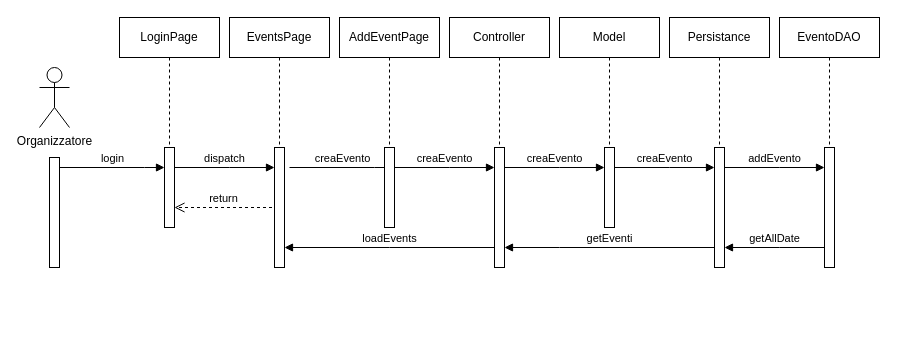
IngSW-unipv/Progetto-H25 keeps this draw.io diagram as Documentazione/Diagrammi/Draw.io/6 - Diagramma di Sequenza - Creazione Evento.drawio. Above is the earlier version. Source tidied: cells renumbered, new cells numbered last; positions are measured from the earlier drawing's top-left corner, leaving out a move shared by most shapes. Both pictures are drawn from the tidied source at 100%, with x=0, y=0 at pixel (39, 17).
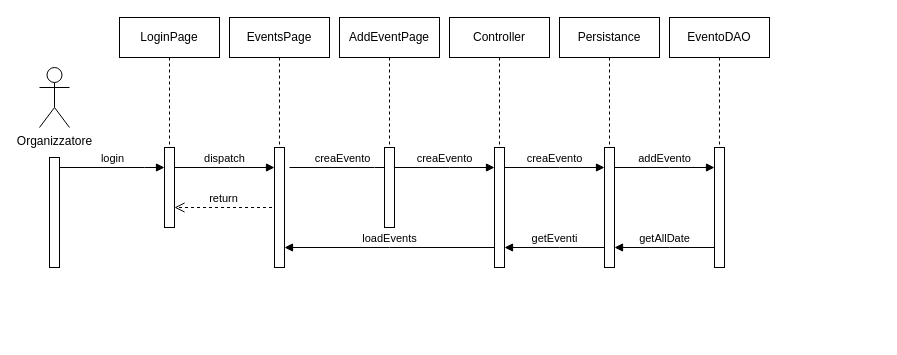
After the change.

The change refers to these unchanged cells:
```xml
<mxCell id="2" style="group;" parent="1" vertex="1">
  <mxGeometry width="840" height="320" as="geometry" />
</mxCell>
<mxCell id="28" style="html=1;points=[[0,0,0,0,5],[0,1,0,0,-5],[1,0,0,0,5],[1,1,0,0,-5]];perimeter=orthogonalPerimeter;outlineConnect=0;targetShapes=umlLifeline;portConstraint=eastwest;newEdgeStyle={&quot;curved&quot;:0,&quot;rounded&quot;:0};" parent="26" vertex="1">
  <mxGeometry x="45" y="130" width="10" height="120" as="geometry" />
</mxCell>
<mxCell id="32" style="html=1;points=[[0,0,0,0,5],[0,1,0,0,-5],[1,0,0,0,5],[1,1,0,0,-5]];perimeter=orthogonalPerimeter;outlineConnect=0;targetShapes=umlLifeline;portConstraint=eastwest;newEdgeStyle={&quot;curved&quot;:0,&quot;rounded&quot;:0};" parent="30" vertex="1">
  <mxGeometry x="45" y="130" width="10" height="120" as="geometry" />
</mxCell>
```

Change to the diagram source:
```diff
@@
-    <mxCell id="22" style="group;" parent="2" vertex="1">
-      <mxGeometry x="520" width="100" height="210" as="geometry" />
-    </mxCell>
-    <mxCell id="23" value="Model" style="shape=umlLifeline;perimeter=lifelinePerimeter;whiteSpace=wrap;html=1;newEdgeStyle={&quot;edgeStyle&quot;:&quot;elbowEdgeStyle&quot;,&quot;elbow&quot;:&quot;vertical&quot;,&quot;curved&quot;:0,&quot;rounded&quot;:0};" parent="22" vertex="1">
-      <mxGeometry width="100" height="210" as="geometry" />
-    </mxCell>
-    <mxCell id="24" style="html=1;perimeter=orthogonalPerimeter;targetShapes=umlLifeline;newEdgeStyle={&quot;curved&quot;:0,&quot;rounded&quot;:0};" parent="22" vertex="1">
-      <mxGeometry x="45" y="130" width="10" height="80" as="geometry" />
-    </mxCell>
-    <mxCell id="25" value="creaEvento" style="html=1;verticalAlign=bottom;endArrow=block;edgeStyle=elbowEdgeStyle;elbow=vertical;curved=0;rounded=0;" parent="22" edge="1">
-      <mxGeometry relative="1" as="geometry">
-        <mxPoint x="-55" y="150" as="sourcePoint" />
-        <mxPoint x="45" y="150" as="targetPoint" />
-        <Array as="points">
-          <mxPoint y="150" />
-        </Array>
-      </mxGeometry>
-    </mxCell>
     <mxCell id="26" style="group;" parent="2" vertex="1">
-      <mxGeometry x="630" width="100" height="280" as="geometry" />
+      <mxGeometry x="520" width="100" height="280" as="geometry" />
     </mxCell>
@@
     <mxCell id="30" style="group;" parent="2" vertex="1">
-      <mxGeometry x="740" width="100" height="270" as="geometry" />
+      <mxGeometry x="630" width="100" height="270" as="geometry" />
     </mxCell>
@@
     <mxCell id="36" value="getAllDate" style="html=1;verticalAlign=bottom;endArrow=block;edgeStyle=elbowEdgeStyle;elbow=vertical;curved=0;rounded=0;" parent="2" edge="1" source="32" target="28">
       <mxGeometry relative="1" as="geometry">
         <Array as="points">
-          <mxPoint x="740" y="230" />
+          <mxPoint x="630" y="230" />
         </Array>
       </mxGeometry>
     </mxCell>
```
